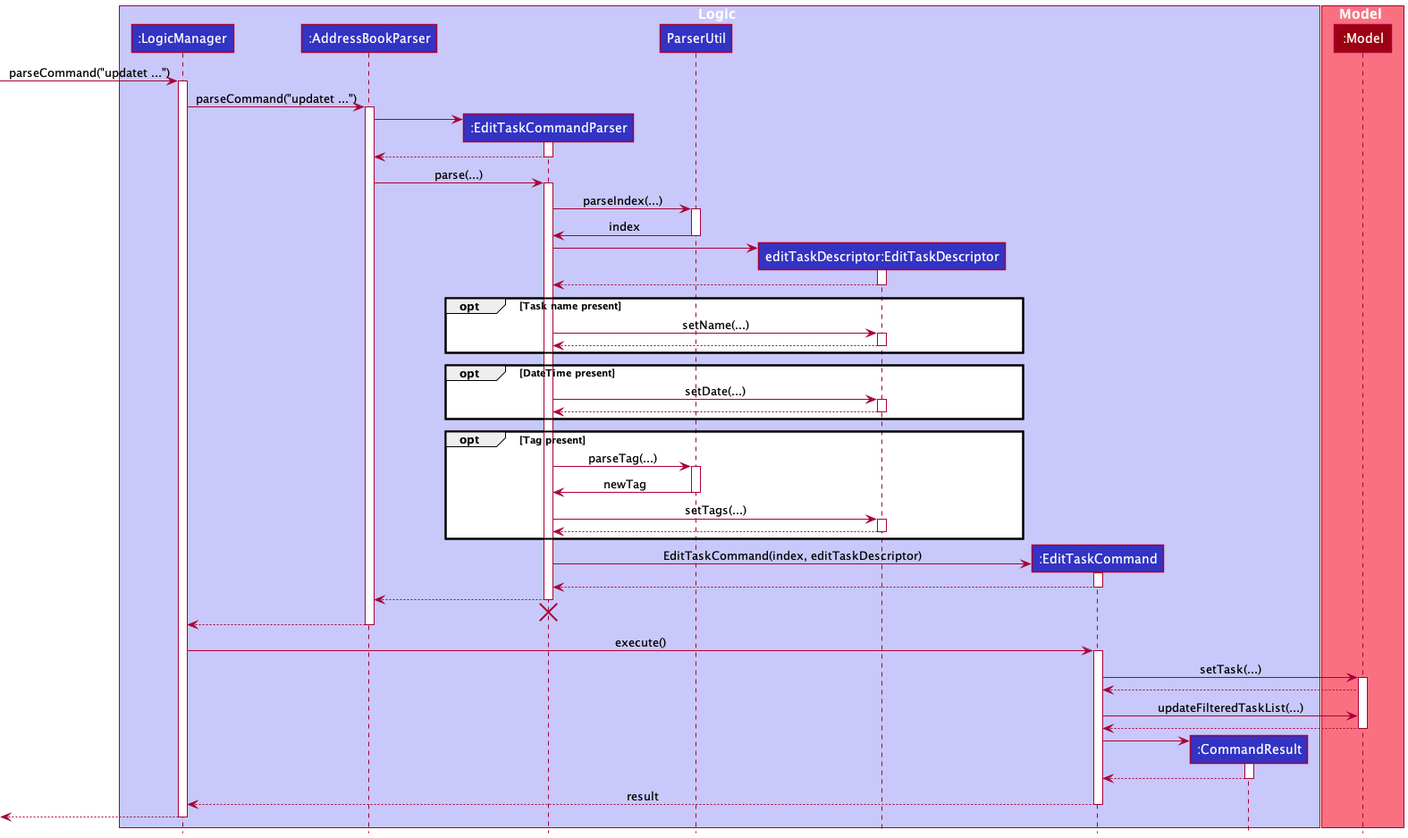
Above: docs/images/EditTaskSequenceDiagram.png in snss231/tp (PlantUML), before the change. Source of this version:
```plantuml
@startuml
!include style.puml

box Logic LOGIC_COLOR_T1
participant ":LogicManager" as LogicManager LOGIC_COLOR
participant ":AddressBookParser" as AddressBookParser LOGIC_COLOR
participant ":EditTaskCommandParser" as EditTaskCommandParser LOGIC_COLOR
participant "ParserUtil" as ParserUtil LOGIC_COLOR
participant "editTaskDescriptor:EditTaskDescriptor" as EditTaskDescriptor LOGIC_COLOR
participant ":EditTaskCommand" as EditTaskCommand LOGIC_COLOR
participant ":CommandResult" as CommandResult LOGIC_COLOR
end box

box Model MODEL_COLOR_T1
participant ":Model" as Model MODEL_COLOR
end box

 -> LogicManager : parseCommand("updatet ...")
activate LogicManager

LogicManager -> AddressBookParser : parseCommand("updatet ...")
activate AddressBookParser

create EditTaskCommandParser
AddressBookParser -> EditTaskCommandParser
activate EditTaskCommandParser

EditTaskCommandParser --> AddressBookParser
deactivate EditTaskCommandParser

AddressBookParser -> EditTaskCommandParser : parse(...)
activate EditTaskCommandParser

EditTaskCommandParser -> ParserUtil : parseIndex(...)
activate ParserUtil

ParserUtil -> EditTaskCommandParser : index
deactivate ParserUtil

create EditTaskDescriptor
EditTaskCommandParser -> EditTaskDescriptor
activate EditTaskDescriptor

EditTaskDescriptor --> EditTaskCommandParser
deactivate EditTaskDescriptor

opt Task name present
    EditTaskCommandParser -> EditTaskDescriptor : setName(...)
    activate EditTaskDescriptor
    EditTaskDescriptor --> EditTaskCommandParser
    deactivate EditTaskDescriptor
end

opt DateTime present
    EditTaskCommandParser -> EditTaskDescriptor : setDate(...)
    activate EditTaskDescriptor
    EditTaskDescriptor --> EditTaskCommandParser
    deactivate EditTaskDescriptor
end

opt Tag present
EditTaskCommandParser -> ParserUtil : parseTag(...)
activate ParserUtil
ParserUtil -> EditTaskCommandParser : newTag
deactivate ParserUtil
EditTaskCommandParser -> EditTaskDescriptor : setTags(...)
activate EditTaskDescriptor
EditTaskDescriptor --> EditTaskCommandParser
deactivate EditTaskDescriptor
end

create EditTaskCommand
EditTaskCommandParser -> EditTaskCommand : EditTaskCommand(index, editTaskDescriptor)
activate EditTaskCommand

EditTaskCommand --> EditTaskCommandParser
deactivate EditTaskCommand

EditTaskCommandParser --> AddressBookParser
deactivate EditTaskCommandParser
EditTaskCommandParser -[hidden]-> AddressBookParser
destroy EditTaskCommandParser

AddressBookParser --> LogicManager
deactivate AddressBookParser

LogicManager -> EditTaskCommand : execute()
activate EditTaskCommand

EditTaskCommand -> Model : setTask(...)
activate Model

Model --> EditTaskCommand
EditTaskCommand -> Model : updateFilteredTaskList(...)
Model --> EditTaskCommand
deactivate Model

create CommandResult
EditTaskCommand -> CommandResult
activate CommandResult

CommandResult --> EditTaskCommand
deactivate CommandResult

EditTaskCommand --> LogicManager : result
deactivate EditTaskCommand

[<--LogicManager
deactivate LogicManager
@enduml
```
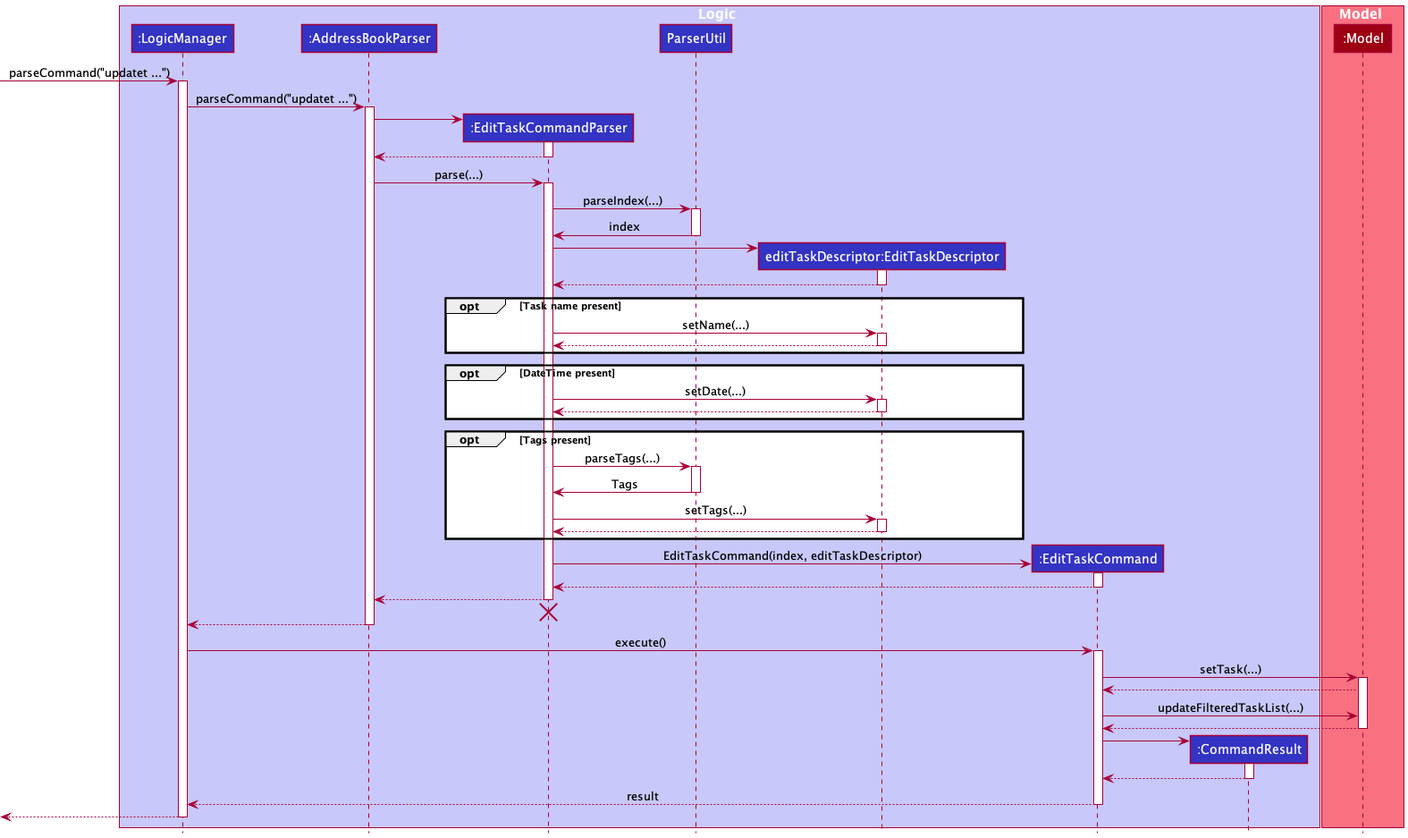
The same diagram one commit later.

Diff of the diagram source:
```diff
@@ -58,10 +58,10 @@
     deactivate EditTaskDescriptor
 end
 
-opt Tag present
-EditTaskCommandParser -> ParserUtil : parseTag(...)
+opt Tags present
+EditTaskCommandParser -> ParserUtil : parseTags(...)
 activate ParserUtil
-ParserUtil -> EditTaskCommandParser : newTag
+ParserUtil -> EditTaskCommandParser : Tags
 deactivate ParserUtil
 EditTaskCommandParser -> EditTaskDescriptor : setTags(...)
 activate EditTaskDescriptor
```
